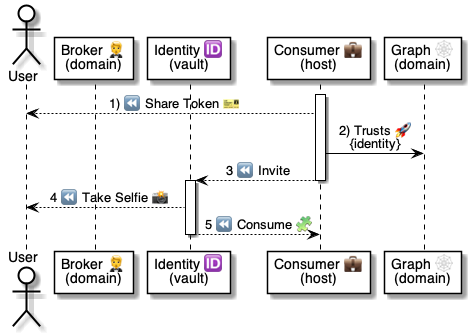
This is 4 ⚙️ Solution/20 🧑‍🦰 UI/Wallets 🧑‍🦰/🧑‍🦰💬 Wallet chats/...in Prompts 🤔/Share Token+ID 👉🆔💼/🧑‍🦰 Share Token+ID ⚙️ uml.png from pollyweb-org/pollyweb-docs, a PlantUML export, as it was before one commit. Its source is kept beside it as 4 ⚙️ Solution/20 🧑‍🦰 UI/Wallets 🧑‍🦰/🧑‍🦰💬 Wallet chats/...in Prompts 🤔/Share Token+ID 👉🆔💼/🧑‍🦰 Share Token+ID ⚙️ uml.puml. The source it was exported from:
```plantuml
@startuml Wallet: Share Token


actor User as user
participant "Broker 🤵\n(domain)" as broker
participant "Identity 🆔\n(vault)" as identity
participant "Consumer 💼\n(host)" as consumer
participant "Graph 🕸\n(domain)" as graph


activate consumer
consumer --> user : 1) ⏪ Share Token 🎫





consumer -> graph: 2) Trusts 🚀\n{identity}
consumer --> identity: 3 ⏪ Invite

deactivate consumer
activate identity



identity --> user: 4 ⏪ Take Selfie 📸

identity --> consumer: 5 ⏪ Consume 🧩

deactivate identity


@enduml
```
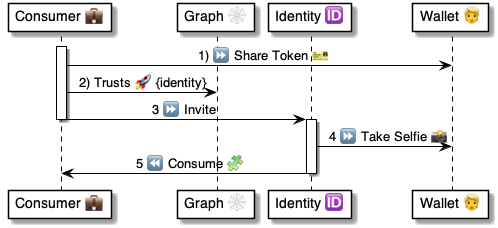
After the commit.

Diff of the diagram source:
```diff
@@ -1,31 +1,26 @@
 @startuml Wallet: Share Token
 
 
-actor User as user
-participant "Broker 🤵\n(domain)" as broker
-participant "Identity 🆔\n(vault)" as identity
-participant "Consumer 💼\n(host)" as consumer
-participant "Graph 🕸\n(domain)" as graph
+participant "Consumer 💼" as consumer
+participant "Graph 🕸" as graph
+participant "Identity 🆔" as identity
+participant "Wallet 👱" as user
 
 
 activate consumer
-consumer --> user : 1) ⏪ Share Token 🎫
+consumer -> user : 1) ⏩ Share Token 🎫
 
-
-
-
-
-consumer -> graph: 2) Trusts 🚀\n{identity}
-consumer --> identity: 3 ⏪ Invite
+consumer -> graph: 2) Trusts 🚀 {identity}
+consumer -> identity: 3 ⏩ Invite
 
 deactivate consumer
 activate identity
 
 
 
-identity --> user: 4 ⏪ Take Selfie 📸
+identity -> user: 4 ⏩ Take Selfie 📸
 
-identity --> consumer: 5 ⏪ Consume 🧩
+identity -> consumer: 5 ⏪ Consume 🧩
 
 deactivate identity
 
```
